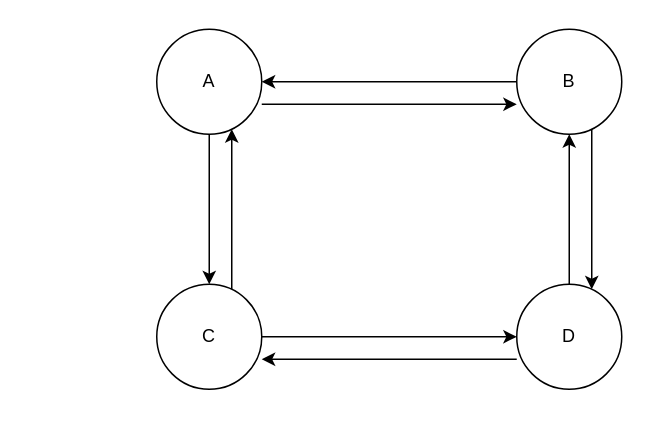
linanouur/potato_disease_classification_DLmodels keeps this draw.io diagram as Diagramme sans nom.drawio. Above is the earlier version. Source tidied: cells renumbered, new cells numbered last; positions are measured from the earlier drawing's top-left corner, leaving out a move shared by most shapes. Both pictures are drawn from the tidied source at 150%, with x=0, y=0 at pixel (156, 28).
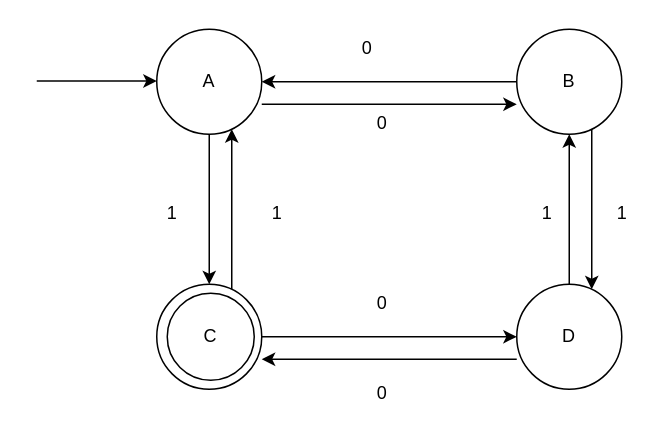
Above is the later version.

Commit message (it also covers changes not shown here):
Mettre à jour Diagramme sans nom.drawio

What changed in the source:
```diff
@@
-    <mxCell id="13" value="C" style="ellipse;whiteSpace=wrap;html=1;" parent="1" vertex="1">
+    <mxCell id="13" style="ellipse;whiteSpace=wrap;html=1;" parent="1" vertex="1">
       <mxGeometry y="170" width="70" height="70" as="geometry" />
     </mxCell>
+    <mxCell id="14" value="0" style="text;html=1;align=center;verticalAlign=middle;strokeColor=none;fillColor=none;" parent="1" vertex="1">
+      <mxGeometry x="125" y="-2" width="30" height="30" as="geometry" />
+    </mxCell>
+    <mxCell id="15" value="0" style="text;html=1;align=center;verticalAlign=middle;strokeColor=none;fillColor=none;" parent="1" vertex="1">
+      <mxGeometry x="135" y="48" width="30" height="30" as="geometry" />
+    </mxCell>
+    <mxCell id="16" value="1" style="text;html=1;align=center;verticalAlign=middle;strokeColor=none;fillColor=none;" parent="1" vertex="1">
+      <mxGeometry x="295" y="108" width="30" height="30" as="geometry" />
+    </mxCell>
+    <mxCell id="17" value="1" style="text;html=1;align=center;verticalAlign=middle;strokeColor=none;fillColor=none;" parent="1" vertex="1">
+      <mxGeometry x="245" y="108" width="30" height="30" as="geometry" />
+    </mxCell>
+    <mxCell id="18" value="0" style="text;html=1;align=center;verticalAlign=middle;strokeColor=none;fillColor=none;" parent="1" vertex="1">
+      <mxGeometry x="135" y="228" width="30" height="30" as="geometry" />
+    </mxCell>
+    <mxCell id="19" value="0" style="text;html=1;align=center;verticalAlign=middle;strokeColor=none;fillColor=none;" parent="1" vertex="1">
+      <mxGeometry x="135" y="168" width="30" height="30" as="geometry" />
+    </mxCell>
+    <mxCell id="20" value="1" style="text;html=1;align=center;verticalAlign=middle;strokeColor=none;fillColor=none;" parent="1" vertex="1">
+      <mxGeometry x="-5" y="108" width="30" height="30" as="geometry" />
+    </mxCell>
+    <mxCell id="21" value="1" style="text;html=1;align=center;verticalAlign=middle;strokeColor=none;fillColor=none;" parent="1" vertex="1">
+      <mxGeometry x="65" y="108" width="30" height="30" as="geometry" />
+    </mxCell>
+    <mxCell id="22" value="C" style="ellipse;whiteSpace=wrap;html=1;" parent="1" vertex="1">
+      <mxGeometry x="7" y="176" width="58" height="58" as="geometry" />
+    </mxCell>
+    <mxCell id="23" style="endArrow=classic;html=1;rounded=0;" parent="1" edge="1">
+      <mxGeometry relative="1" as="geometry">
+        <mxPoint x="-80" y="34.5" as="sourcePoint" />
+        <mxPoint y="34.5" as="targetPoint" />
+      </mxGeometry>
+    </mxCell>
```
